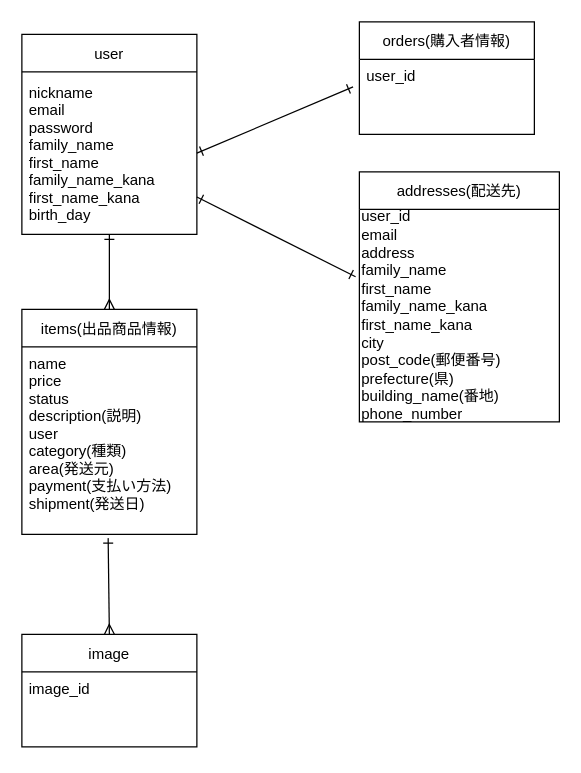
Above: test.dio in 14souta/furima-37332 (draw.io), before the change. Source tidied: cells renumbered, new cells numbered last; positions are measured from the earlier drawing's top-left corner, leaving out a move shared by most shapes. Both pictures are drawn from the tidied source at 125%, with x=0, y=0 at pixel (21, 21).
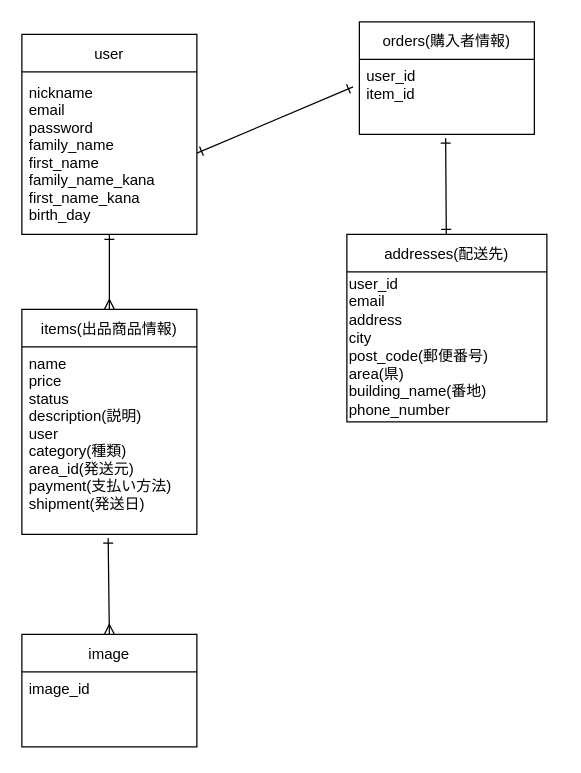
The same page after the edit.

Commit message (it also covers changes not shown here):
データベース設計修正２

The edit, as a diff of the source:
```diff
@@
 <mxGraphModel>
   <root>
     <mxCell id="0" />
     <mxCell id="1" parent="0" />
     <mxCell id="2" value="user" style="swimlane;fontStyle=0;horizontal=1;startSize=30;" parent="1" vertex="1">
       <mxGeometry y="10" width="140" height="160" as="geometry" />
     </mxCell>
     <mxCell id="3" value="nickname&#10;email&#10;password&#10;family_name&#10;first_name&#10;family_name_kana&#10;first_name_kana&#10;birth_day" style="text;strokeColor=none;fillColor=none;align=left;verticalAlign=middle;spacingLeft=4;spacingRight=4;overflow=hidden;points=[[0,0.5],[1,0.5]];portConstraint=eastwest;" parent="2" vertex="1">
       <mxGeometry y="30" width="140" height="130" as="geometry" />
     </mxCell>
     <mxCell id="4" value="items(出品商品情報)" style="swimlane;fontStyle=0;horizontal=1;startSize=30;" parent="1" vertex="1">
       <mxGeometry y="230" width="140" height="180" as="geometry" />
     </mxCell>
-    <mxCell id="5" value="name&#10;price&#10;status&#10;description(説明)&#10;user&#10;category(種類)&#10;area(発送元)&#10;payment(支払い方法)&#10;shipment(発送日)&#10;&#10;&#10;&#10;" style="text;strokeColor=none;fillColor=none;align=left;verticalAlign=top;spacingLeft=4;spacingRight=4;overflow=hidden;points=[[0,0.5],[1,0.5]];portConstraint=eastwest;" parent="4" vertex="1">
+    <mxCell id="5" value="name&#10;price&#10;status&#10;description(説明)&#10;user&#10;category(種類)&#10;area_id(発送元)&#10;payment(支払い方法)&#10;shipment(発送日)&#10;&#10;&#10;&#10;" style="text;strokeColor=none;fillColor=none;align=left;verticalAlign=top;spacingLeft=4;spacingRight=4;overflow=hidden;points=[[0,0.5],[1,0.5]];portConstraint=eastwest;" parent="4" vertex="1">
       <mxGeometry y="30" width="140" height="150" as="geometry" />
     </mxCell>
     <mxCell id="6" value="orders(購入者情報)" style="swimlane;fontStyle=0;horizontal=1;startSize=30;" parent="1" vertex="1">
       <mxGeometry x="270" width="140" height="90" as="geometry" />
     </mxCell>
-    <mxCell id="7" value="user_id&#10;" style="text;strokeColor=none;fillColor=none;align=left;verticalAlign=top;spacingLeft=4;spacingRight=4;overflow=hidden;points=[[0,0.5],[1,0.5]];portConstraint=eastwest;" parent="6" vertex="1">
+    <mxCell id="7" value="user_id&#10;item_id" style="text;strokeColor=none;fillColor=none;align=left;verticalAlign=top;spacingLeft=4;spacingRight=4;overflow=hidden;points=[[0,0.5],[1,0.5]];portConstraint=eastwest;" parent="6" vertex="1">
       <mxGeometry y="30" width="140" height="60" as="geometry" />
     </mxCell>
     <mxCell id="8" value="image" style="swimlane;fontStyle=0;horizontal=1;startSize=30;" parent="1" vertex="1">
       <mxGeometry y="490" width="140" height="90" as="geometry" />
     </mxCell>
     <mxCell id="9" value="image_id" style="text;strokeColor=none;fillColor=none;align=left;verticalAlign=top;spacingLeft=4;spacingRight=4;overflow=hidden;" parent="8" vertex="1">
       <mxGeometry y="30" width="140" height="60" as="geometry" />
     </mxCell>
+    <mxCell id="16" style="edgeStyle=none;html=1;entryX=0.493;entryY=1.05;entryDx=0;entryDy=0;entryPerimeter=0;startArrow=ERone;startFill=0;endArrow=ERone;endFill=0;" parent="1" edge="1" source="10" target="7">
+      <mxGeometry relative="1" as="geometry" />
+    </mxCell>
     <mxCell id="10" value="addresses(配送先)" style="swimlane;fontStyle=0;horizontal=1;startSize=30;" parent="1" vertex="1">
-      <mxGeometry x="270" y="120" width="160" height="200" as="geometry" />
+      <mxGeometry x="260" y="170" width="160" height="150" as="geometry" />
     </mxCell>
-    <mxCell id="11" value="user_id&lt;br&gt;email&lt;br&gt;address&lt;br&gt;family_name&lt;br&gt;first_name&lt;br&gt;family_name_kana&lt;br&gt;first_name_kana&lt;br&gt;city&lt;br&gt;post_code(郵便番号)&lt;br&gt;prefecture(県)&lt;br&gt;building_name(番地)&lt;br&gt;phone_number" style="text;html=1;align=left;verticalAlign=middle;points=[];strokeColor=none;fillColor=none;" parent="10" vertex="1">
-      <mxGeometry y="30" width="160" height="170" as="geometry" />
-    </mxCell>
-    <mxCell id="12" style="edgeStyle=none;html=1;entryX=-0.019;entryY=0.317;entryDx=0;entryDy=0;entryPerimeter=0;startArrow=ERone;startFill=0;endArrow=ERone;endFill=0;" parent="1" edge="1" source="3" target="11">
-      <mxGeometry relative="1" as="geometry" />
-    </mxCell>
+    <mxCell id="17" value="user_id&lt;br&gt;email&lt;br&gt;address&lt;br&gt;city&lt;br&gt;post_code(郵便番号)&lt;br&gt;area(県)&lt;br&gt;building_name(番地)&lt;br&gt;phone_number" style="text;html=1;align=left;verticalAlign=middle;strokeColor=none;fillColor=none;" parent="10" vertex="1">
+      <mxGeometry y="30" width="160" height="120" as="geometry" />
+    </mxCell>
     <mxCell id="13" style="edgeStyle=none;html=1;exitX=1;exitY=0.5;exitDx=0;exitDy=0;entryX=-0.036;entryY=0.367;entryDx=0;entryDy=0;entryPerimeter=0;startArrow=ERone;startFill=0;endArrow=ERone;endFill=0;" parent="1" edge="1" source="3" target="7">
       <mxGeometry relative="1" as="geometry" />
     </mxCell>
     <mxCell id="14" style="edgeStyle=none;html=1;exitX=0.493;exitY=1.02;exitDx=0;exitDy=0;entryX=0.5;entryY=0;entryDx=0;entryDy=0;startArrow=ERone;startFill=0;endArrow=ERmany;endFill=0;exitPerimeter=0;" parent="1" edge="1" source="5" target="8">
       <mxGeometry relative="1" as="geometry" />
     </mxCell>
     <mxCell id="15" style="edgeStyle=none;html=1;entryX=0.5;entryY=0;entryDx=0;entryDy=0;startArrow=ERone;startFill=0;endArrow=ERmany;endFill=0;" parent="1" edge="1" source="3" target="4">
       <mxGeometry relative="1" as="geometry" />
     </mxCell>
   </root>
 </mxGraphModel>
```
